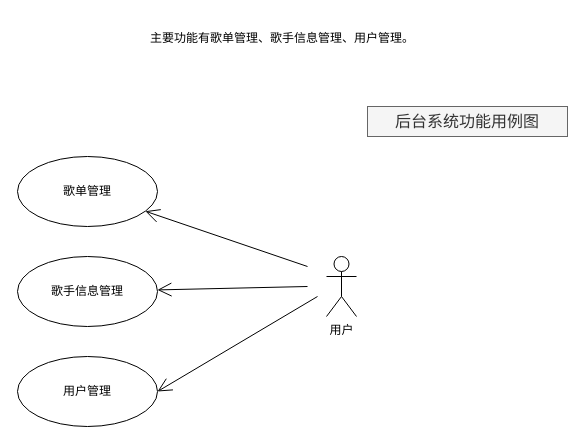
Earlier version of the draw.io diagram page "后台系统功能用例图" (2 of 2) of app.diagrams.net/未命名绘图.drawio (a1046700338/draw). Source tidied: cells renumbered, new cells numbered last; positions are measured from the earlier drawing's top-left corner, leaving out a move shared by most shapes. Both pictures are drawn from the tidied source at 100%, with x=0, y=0 at pixel (17, 22).
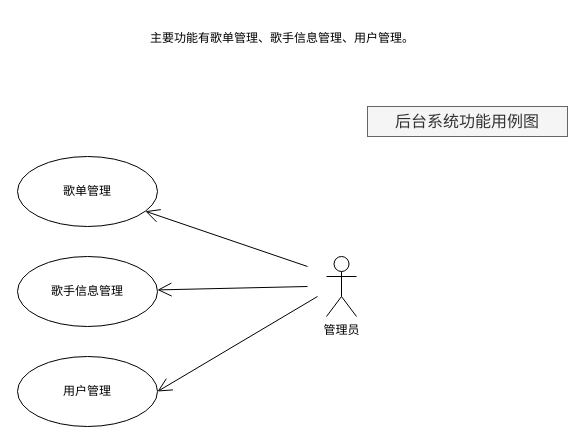
After the change.

Commit message:
更新功能用例图.drawio

The edit, as a diff of the source:
```diff
@@
 <mxGraphModel>
   <root>
     <mxCell id="0" />
     <mxCell id="1" parent="0" />
     <mxCell id="2" value="&lt;p style=&quot;mso-pagination:none;text-align:justify;text-justify:inter-ideograph;&quot; align=&quot;justify&quot; class=&quot;MsoNormal&quot;&gt;主要功能有歌单管理、歌手信息管理、用户管理。&lt;span style=&quot;mso-spacerun:'yes';font-family:宋体;mso-ascii-font-family:Calibri;&lt;br/&gt;mso-hansi-font-family:Calibri;mso-bidi-font-family:'Times New Roman';font-size:10.5000pt;&lt;br/&gt;mso-font-kerning:1.0000pt;&quot;&gt;&lt;/span&gt;&lt;/p&gt;" style="text;html=1;strokeColor=none;fillColor=none;align=center;verticalAlign=middle;whiteSpace=wrap;rounded=0;" parent="1" vertex="1">
       <mxGeometry x="70" width="390" height="30" as="geometry" />
     </mxCell>
     <mxCell id="3" value="歌单管理" style="ellipse;whiteSpace=wrap;html=1;" parent="1" vertex="1">
       <mxGeometry y="134" width="140" height="70" as="geometry" />
     </mxCell>
     <mxCell id="4" value="歌手信息管理" style="ellipse;whiteSpace=wrap;html=1;" parent="1" vertex="1">
       <mxGeometry y="234" width="140" height="70" as="geometry" />
     </mxCell>
     <mxCell id="5" value="用户管理" style="ellipse;whiteSpace=wrap;html=1;" parent="1" vertex="1">
       <mxGeometry y="334" width="140" height="70" as="geometry" />
     </mxCell>
-    <mxCell id="6" value="用户" style="shape=umlActor;verticalLabelPosition=bottom;verticalAlign=top;html=1;" parent="1" vertex="1">
+    <mxCell id="6" value="管理员" style="shape=umlActor;verticalLabelPosition=bottom;verticalAlign=top;html=1;" parent="1" vertex="1">
       <mxGeometry x="309" y="234" width="30" height="60" as="geometry" />
     </mxCell>
     <mxCell id="7" style="endArrow=open;endFill=1;endSize=12;html=1;rounded=0;" parent="1" edge="1" target="3">
       <mxGeometry relative="1" as="geometry">
         <mxPoint x="290" y="244" as="sourcePoint" />
       </mxGeometry>
     </mxCell>
     <mxCell id="8" style="endArrow=open;endFill=1;endSize=12;html=1;rounded=0;" parent="1" edge="1" target="4">
       <mxGeometry relative="1" as="geometry">
         <mxPoint x="290" y="264" as="sourcePoint" />
       </mxGeometry>
     </mxCell>
     <mxCell id="9" style="endArrow=open;endFill=1;endSize=12;html=1;rounded=0;entryX=1;entryY=0.5;entryDx=0;entryDy=0;" parent="1" edge="1" target="5">
       <mxGeometry relative="1" as="geometry">
         <mxPoint x="300" y="274" as="sourcePoint" />
       </mxGeometry>
     </mxCell>
     <mxCell id="10" value="后台系统功能用例图" style="text;html=1;strokeColor=#666666;fillColor=#f5f5f5;align=center;verticalAlign=middle;whiteSpace=wrap;rounded=0;fontColor=#333333;fontSize=16;" parent="1" vertex="1">
       <mxGeometry x="350" y="84" width="200" height="30" as="geometry" />
     </mxCell>
   </root>
 </mxGraphModel>
```
